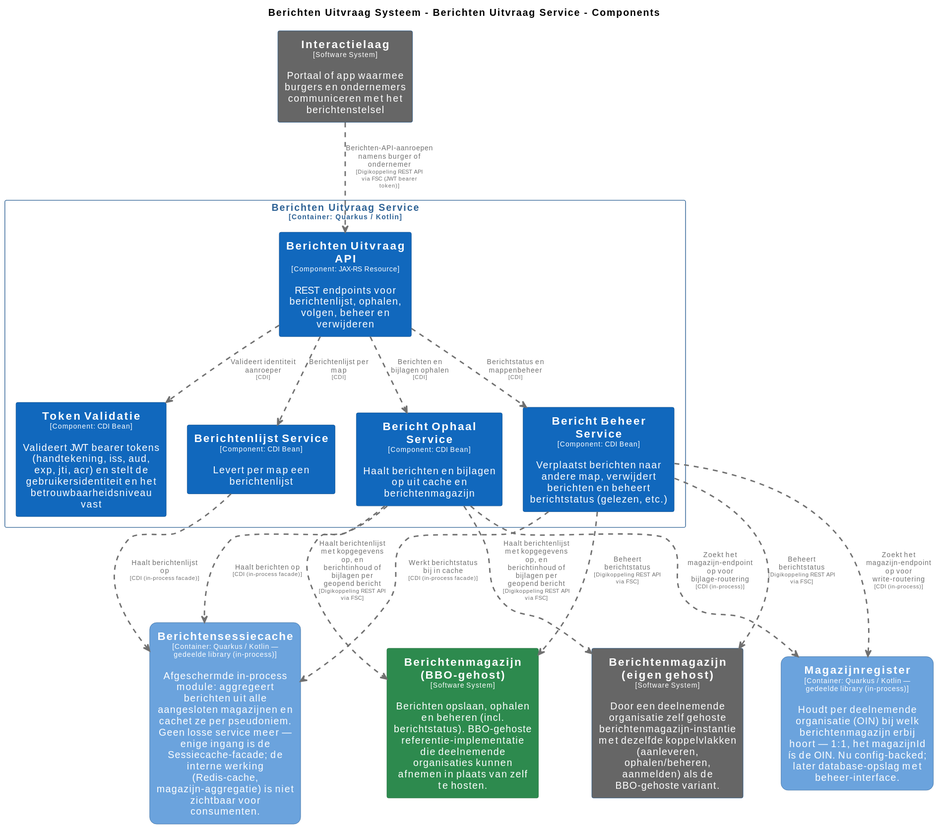
MinBZK/moza-poc-fbs-berichtenbox keeps this PlantUML diagram as pr-preview/pr-393/master/svg/BerichtenUitvraagServiceComponenten.svg. Above is the earlier version. Its source is kept beside it as pr-preview/pr-393/master/puml/BerichtenUitvraagServiceComponenten.puml.
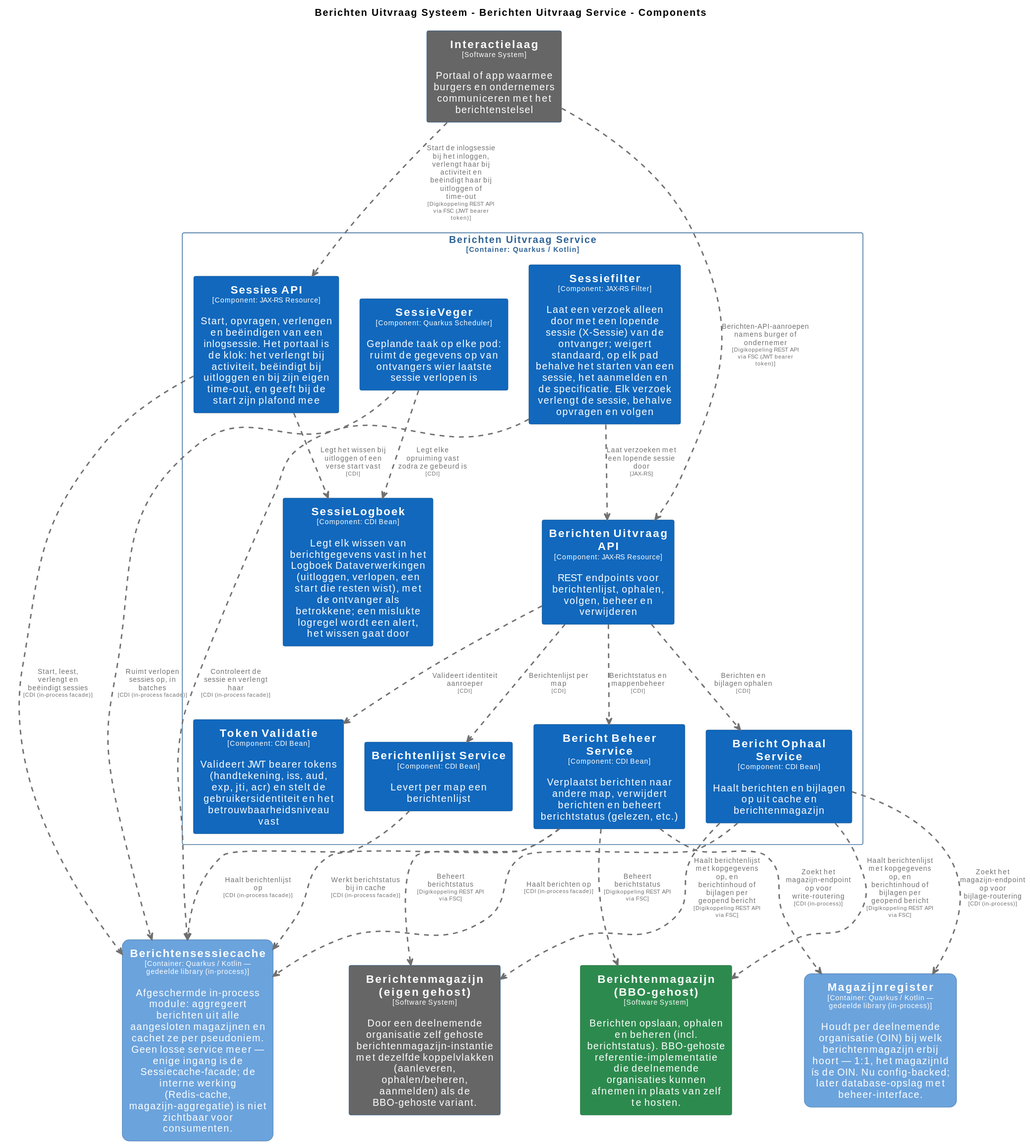
After the change.

Diff of the diagram source:
```diff
@@ -71,6 +71,30 @@
   roundCorner 20
   shadowing false
 }
+skinparam rectangle<<BerichtenUitvraagSysteem.BerichtenUitvraagService.SessieLogboek>> {
+  BackgroundColor #1168bd
+  FontColor #ffffff
+  BorderColor #0b4884
+  shadowing false
+}
+skinparam rectangle<<BerichtenUitvraagSysteem.BerichtenUitvraagService.SessieVeger>> {
+  BackgroundColor #1168bd
+  FontColor #ffffff
+  BorderColor #0b4884
+  shadowing false
+}
+skinparam rectangle<<BerichtenUitvraagSysteem.BerichtenUitvraagService.Sessiefilter>> {
+  BackgroundColor #1168bd
+  FontColor #ffffff
+  BorderColor #0b4884
+  shadowing false
+}
+skinparam rectangle<<BerichtenUitvraagSysteem.BerichtenUitvraagService.SessiesAPI>> {
+  BackgroundColor #1168bd
+  FontColor #ffffff
+  BorderColor #0b4884
+  shadowing false
+}
 skinparam rectangle<<BerichtenUitvraagSysteem.BerichtenUitvraagService.TokenValidatie>> {
   BackgroundColor #1168bd
   FontColor #ffffff
@@ -95,9 +119,21 @@
   rectangle "==Berichtenlijst Service\n<size:10>[Component: CDI Bean]</size>\n\nLevert per map een berichtenlijst" <<BerichtenUitvraagSysteem.BerichtenUitvraagService.BerichtenlijstService>> as BerichtenUitvraagSysteem.BerichtenUitvraagService.BerichtenlijstService
   rectangle "==Bericht Ophaal Service\n<size:10>[Component: CDI Bean]</size>\n\nHaalt berichten en bijlagen op uit cache en berichtenmagazijn" <<BerichtenUitvraagSysteem.BerichtenUitvraagService.BerichtOphaalService>> as BerichtenUitvraagSysteem.BerichtenUitvraagService.BerichtOphaalService
   rectangle "==Bericht Beheer Service\n<size:10>[Component: CDI Bean]</size>\n\nVerplaatst berichten naar andere map, verwijdert berichten en beheert berichtstatus (gelezen, etc.)" <<BerichtenUitvraagSysteem.BerichtenUitvraagService.BerichtBeheerService>> as BerichtenUitvraagSysteem.BerichtenUitvraagService.BerichtBeheerService
+  rectangle "==Sessiefilter\n<size:10>[Component: JAX-RS Filter]</size>\n\nLaat een verzoek alleen door met een lopende sessie (X-Sessie) van de ontvanger; weigert standaard, op elk pad behalve het starten van een sessie, het aanmelden en de specificatie. Elk verzoek verlengt de sessie, behalve opvragen en volgen" <<BerichtenUitvraagSysteem.BerichtenUitvraagService.Sessiefilter>> as BerichtenUitvraagSysteem.BerichtenUitvraagService.Sessiefilter
+  rectangle "==Sessies API\n<size:10>[Component: JAX-RS Resource]</size>\n\nStart, opvragen, verlengen en beëindigen van een inlogsessie. Het portaal is de klok: het verlengt bij activiteit, beëindigt bij uitloggen en bij zijn eigen time-out, en geeft bij de start zijn plafond mee" <<BerichtenUitvraagSysteem.BerichtenUitvraagService.SessiesAPI>> as BerichtenUitvraagSysteem.BerichtenUitvraagService.SessiesAPI
+  rectangle "==SessieVeger\n<size:10>[Component: Quarkus Scheduler]</size>\n\nGeplande taak op elke pod: ruimt de gegevens op van ontvangers wier laatste sessie verlopen is" <<BerichtenUitvraagSysteem.BerichtenUitvraagService.SessieVeger>> as BerichtenUitvraagSysteem.BerichtenUitvraagService.SessieVeger
+  rectangle "==SessieLogboek\n<size:10>[Component: CDI Bean]</size>\n\nLegt elk wissen van berichtgegevens vast in het Logboek Dataverwerkingen (uitloggen, verlopen, een start die resten wist), met de ontvanger als betrokkene; een mislukte logregel wordt een alert, het wissen gaat door" <<BerichtenUitvraagSysteem.BerichtenUitvraagService.SessieLogboek>> as BerichtenUitvraagSysteem.BerichtenUitvraagService.SessieLogboek
 }
 
+BerichtenUitvraagSysteem.BerichtenUitvraagService.SessiesAPI .[#707070,thickness=2].> BerichtenUitvraagSysteem.Berichtensessiecache : "<color:#707070>Start, leest, verlengt en beëindigt sessies\n<color:#707070><size:8>[CDI (in-process facade)]</size>"
+BerichtenUitvraagSysteem.BerichtenUitvraagService.SessieVeger .[#707070,thickness=2].> BerichtenUitvraagSysteem.Berichtensessiecache : "<color:#707070>Ruimt verlopen sessies op, in batches\n<color:#707070><size:8>[CDI (in-process facade)]</size>"
+BerichtenUitvraagSysteem.BerichtenUitvraagService.BerichtOphaalService .[#707070,thickness=2].> BerichtenUitvraagSysteem.Berichtensessiecache : "<color:#707070>Haalt berichten op\n<color:#707070><size:8>[CDI (in-process facade)]</size>"
+BerichtenUitvraagSysteem.BerichtenUitvraagService.BerichtenlijstService .[#707070,thickness=2].> BerichtenUitvraagSysteem.Berichtensessiecache : "<color:#707070>Haalt berichtenlijst op\n<color:#707070><size:8>[CDI (in-process facade)]</size>"
+BerichtenUitvraagSysteem.BerichtenUitvraagService.BerichtBeheerService .[#707070,thickness=2].> BerichtenUitvraagSysteem.Berichtensessiecache : "<color:#707070>Werkt berichtstatus bij in cache\n<color:#707070><size:8>[CDI (in-process facade)]</size>"
+BerichtenUitvraagSysteem.BerichtenUitvraagService.BerichtOphaalService .[#707070,thickness=2].> BerichtenUitvraagSysteem.Magazijnregister : "<color:#707070>Zoekt het magazijn-endpoint op voor bijlage-routering\n<color:#707070><size:8>[CDI (in-process)]</size>"
+BerichtenUitvraagSysteem.BerichtenUitvraagService.BerichtBeheerService .[#707070,thickness=2].> BerichtenUitvraagSysteem.Magazijnregister : "<color:#707070>Zoekt het magazijn-endpoint op voor write-routering\n<color:#707070><size:8>[CDI (in-process)]</size>"
 Interactielaag .[#707070,thickness=2].> BerichtenUitvraagSysteem.BerichtenUitvraagService.BerichtenUitvraagAPI : "<color:#707070>Berichten-API-aanroepen namens burger of ondernemer\n<color:#707070><size:8>[Digikoppeling REST API via FSC (JWT bearer token)]</size>"
+Interactielaag .[#707070,thickness=2].> BerichtenUitvraagSysteem.BerichtenUitvraagService.SessiesAPI : "<color:#707070>Start de inlogsessie bij het inloggen, verlengt haar bij activiteit en beëindigt haar bij uitloggen of time-out\n<color:#707070><size:8>[Digikoppeling REST API via FSC (JWT bearer token)]</size>"
 BerichtenUitvraagSysteem.BerichtenUitvraagService.BerichtOphaalService .[#707070,thickness=2].> BerichtenmagazijnBBOgehost : "<color:#707070>Haalt berichtenlijst met kopgegevens op, en berichtinhoud of bijlagen per geopend bericht\n<color:#707070><size:8>[Digikoppeling REST API via FSC]</size>"
 BerichtenUitvraagSysteem.BerichtenUitvraagService.BerichtBeheerService .[#707070,thickness=2].> BerichtenmagazijnBBOgehost : "<color:#707070>Beheert berichtstatus\n<color:#707070><size:8>[Digikoppeling REST API via FSC]</size>"
 BerichtenUitvraagSysteem.BerichtenUitvraagService.BerichtOphaalService .[#707070,thickness=2].> Berichtenmagazijneigengehost : "<color:#707070>Haalt berichtenlijst met kopgegevens op, en berichtinhoud of bijlagen per geopend bericht\n<color:#707070><size:8>[Digikoppeling REST API via FSC]</size>"
@@ -106,9 +142,8 @@
 BerichtenUitvraagSysteem.BerichtenUitvraagService.BerichtenUitvraagAPI .[#707070,thickness=2].> BerichtenUitvraagSysteem.BerichtenUitvraagService.BerichtenlijstService : "<color:#707070>Berichtenlijst per map\n<color:#707070><size:8>[CDI]</size>"
 BerichtenUitvraagSysteem.BerichtenUitvraagService.BerichtenUitvraagAPI .[#707070,thickness=2].> BerichtenUitvraagSysteem.BerichtenUitvraagService.BerichtOphaalService : "<color:#707070>Berichten en bijlagen ophalen\n<color:#707070><size:8>[CDI]</size>"
 BerichtenUitvraagSysteem.BerichtenUitvraagService.BerichtenUitvraagAPI .[#707070,thickness=2].> BerichtenUitvraagSysteem.BerichtenUitvraagService.BerichtBeheerService : "<color:#707070>Berichtstatus en mappenbeheer\n<color:#707070><size:8>[CDI]</size>"
-BerichtenUitvraagSysteem.BerichtenUitvraagService.BerichtOphaalService .[#707070,thickness=2].> BerichtenUitvraagSysteem.Berichtensessiecache : "<color:#707070>Haalt berichten op\n<color:#707070><size:8>[CDI (in-process facade)]</size>"
-BerichtenUitvraagSysteem.BerichtenUitvraagService.BerichtenlijstService .[#707070,thickness=2].> BerichtenUitvraagSysteem.Berichtensessiecache : "<color:#707070>Haalt berichtenlijst op\n<color:#707070><size:8>[CDI (in-process facade)]</size>"
-BerichtenUitvraagSysteem.BerichtenUitvraagService.BerichtBeheerService .[#707070,thickness=2].> BerichtenUitvraagSysteem.Berichtensessiecache : "<color:#707070>Werkt berichtstatus bij in cache\n<color:#707070><size:8>[CDI (in-process facade)]</size>"
-BerichtenUitvraagSysteem.BerichtenUitvraagService.BerichtOphaalService .[#707070,thickness=2].> BerichtenUitvraagSysteem.Magazijnregister : "<color:#707070>Zoekt het magazijn-endpoint op voor bijlage-routering\n<color:#707070><size:8>[CDI (in-process)]</size>"
-BerichtenUitvraagSysteem.BerichtenUitvraagService.BerichtBeheerService .[#707070,thickness=2].> BerichtenUitvraagSysteem.Magazijnregister : "<color:#707070>Zoekt het magazijn-endpoint op voor write-routering\n<color:#707070><size:8>[CDI (in-process)]</size>"
+BerichtenUitvraagSysteem.BerichtenUitvraagService.Sessiefilter .[#707070,thickness=2].> BerichtenUitvraagSysteem.BerichtenUitvraagService.BerichtenUitvraagAPI : "<color:#707070>Laat verzoeken met een lopende sessie door\n<color:#707070><size:8>[JAX-RS]</size>"
+BerichtenUitvraagSysteem.BerichtenUitvraagService.SessiesAPI .[#707070,thickness=2].> BerichtenUitvraagSysteem.BerichtenUitvraagService.SessieLogboek : "<color:#707070>Legt het wissen bij uitloggen of een verse start vast\n<color:#707070><size:8>[CDI]</size>"
+BerichtenUitvraagSysteem.BerichtenUitvraagService.SessieVeger .[#707070,thickness=2].> BerichtenUitvraagSysteem.BerichtenUitvraagService.SessieLogboek : "<color:#707070>Legt elke opruiming vast zodra ze gebeurd is\n<color:#707070><size:8>[CDI]</size>"
+BerichtenUitvraagSysteem.BerichtenUitvraagService.Sessiefilter .[#707070,thickness=2].> BerichtenUitvraagSysteem.Berichtensessiecache : "<color:#707070>Controleert de sessie en verlengt haar\n<color:#707070><size:8>[CDI (in-process facade)]</size>"
 @enduml
```
